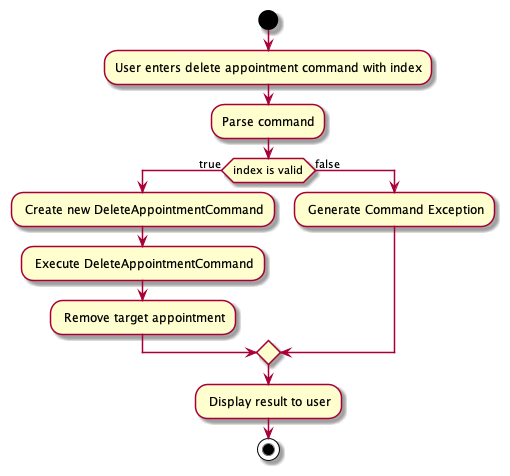
Earlier version of the PlantUML export docs/images/DeleteAppointmentActivityDiagram.png (nus-cs2103-AY2122S1/tp).
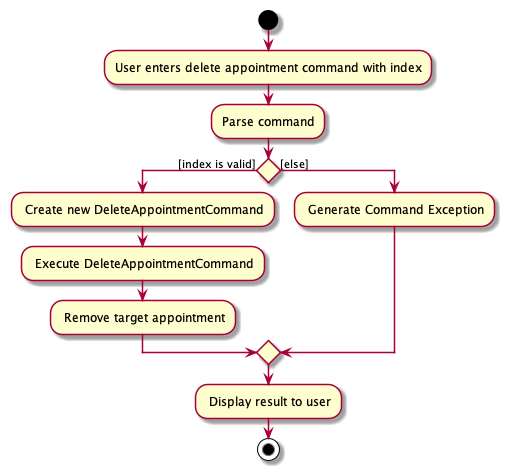
Later version of the same file.

Commit message:
Fix activity diagrams

Diff of the diagram source:
```diff
@@ -3,11 +3,11 @@
 start
 :User enters delete appointment command with index;
 :Parse command;
-if (index is valid) then (true)
+if () then ([index is valid])
   : Create new DeleteAppointmentCommand;
   : Execute DeleteAppointmentCommand;
   : Remove target appointment;
-else (false)
+else ([else])
     : Generate Command Exception;
 endif
 : Display result to user;
```
